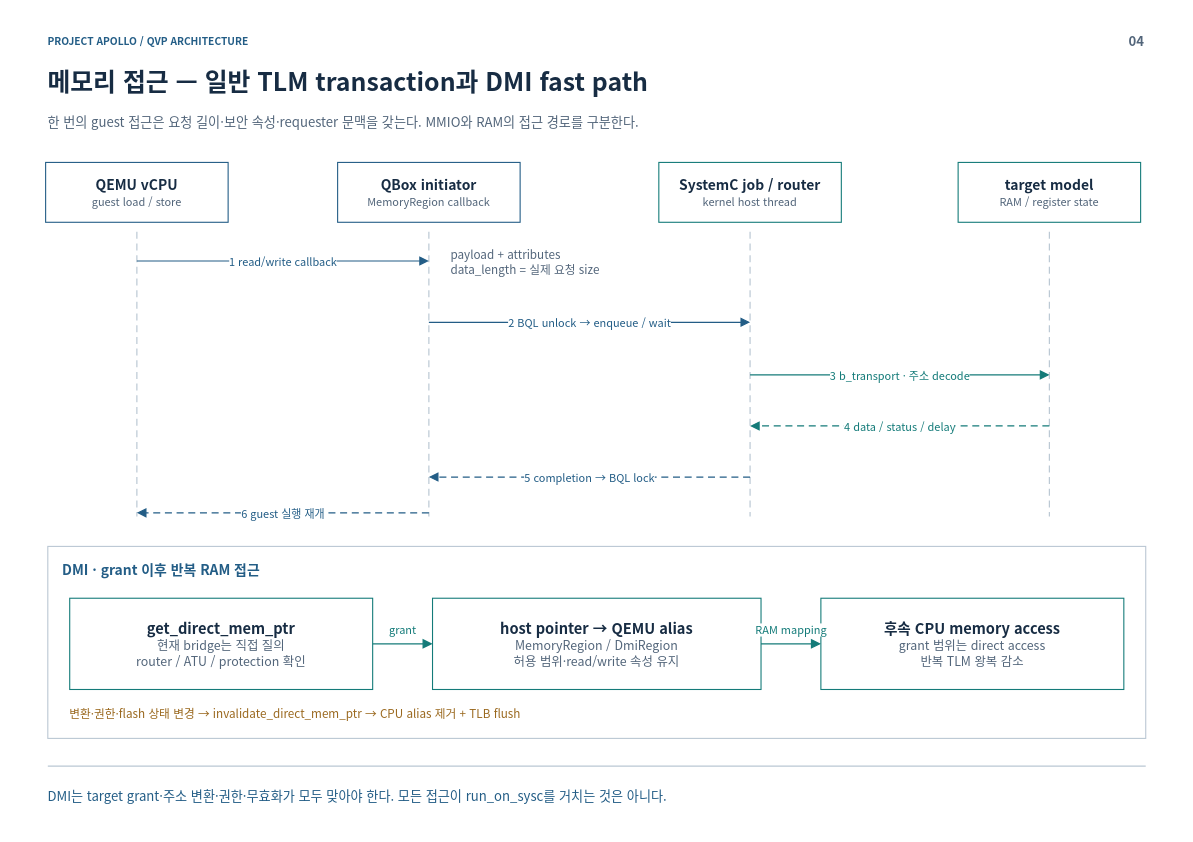
Earlier version of the draw.io diagram page "04-mmio-dmi" (5 of 13) of doc/phase1/qbox/apollo-qvp-architecture.drawio (cometzero/project-apollo). Source tidied: cells renumbered, new cells numbered last; positions are measured from the earlier drawing's top-left corner, leaving out a move shared by most shapes. Both pictures are drawn from the tidied source at 73%, with x=0, y=0 at pixel (12, 12).
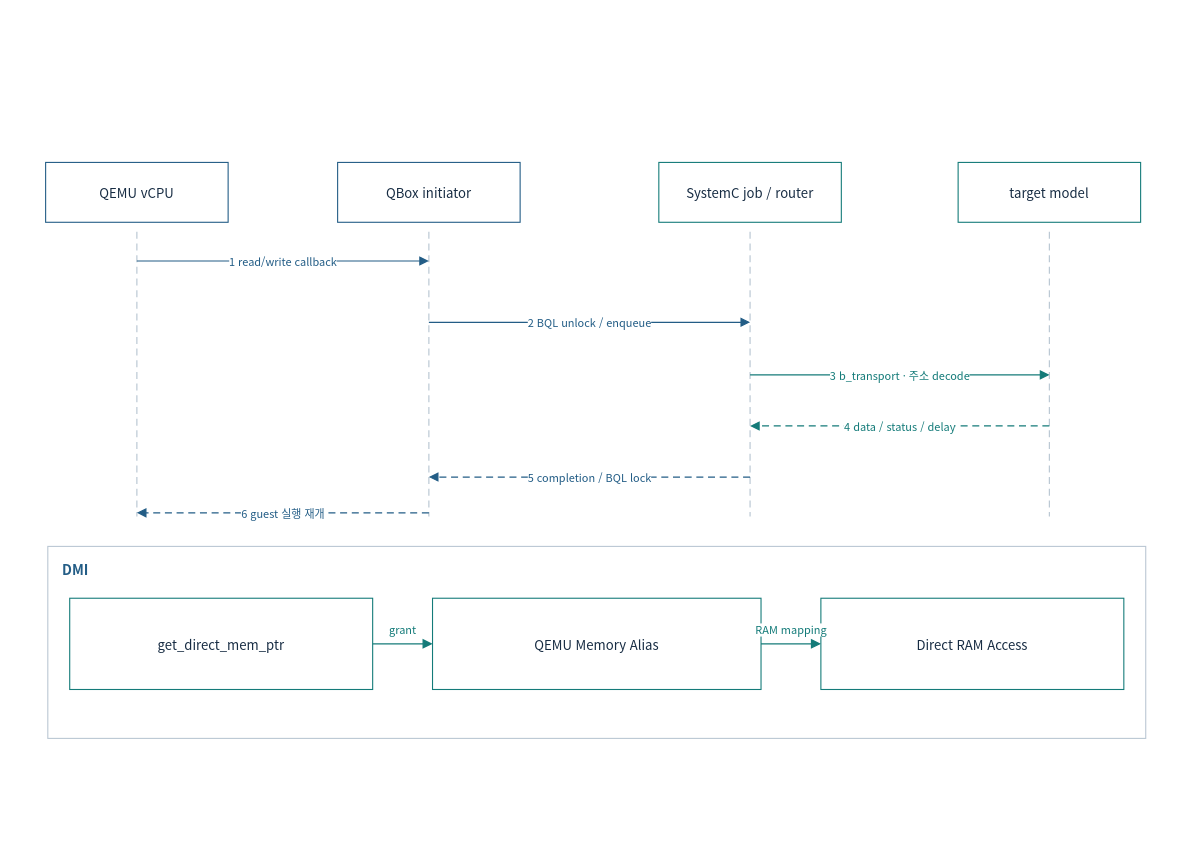
The same page after the edit.

The edit, as a diff of the source:
```diff
@@
-    <mxCell id="2" style="rounded=0;whiteSpace=wrap;html=1;fillColor=#FFFFFF;strokeColor=none;strokeWidth=1.5;fontColor=#172C43;fontFamily=Noto Sans CJK KR;fontSize=18;spacing=14;" parent="1" vertex="1">
-      <mxGeometry width="1600" height="1120" as="geometry" />
-    </mxCell>
-    <mxCell id="3" value="PROJECT APOLLO  /  QVP ARCHITECTURE" style="rounded=0;whiteSpace=wrap;html=1;fillColor=#FFFFFF;strokeColor=none;strokeWidth=1.5;fontColor=#172C43;fontFamily=Noto Sans CJK KR;fontSize=18;spacing=14;fillColor=none;align=left;verticalAlign=middle;spacing=0;fontSize=14;fontColor=#235D86;fontStyle=1;" parent="1" vertex="1">
-      <mxGeometry x="48" y="26" width="1400" height="24" as="geometry" />
-    </mxCell>
-    <mxCell id="4" value="04" style="rounded=0;whiteSpace=wrap;html=1;fillColor=#FFFFFF;strokeColor=none;strokeWidth=1.5;fontColor=#172C43;fontFamily=Noto Sans CJK KR;fontSize=18;spacing=14;fillColor=none;align=right;verticalAlign=middle;spacing=0;fontSize=18;fontColor=#52657A;fontStyle=1;" parent="1" vertex="1">
-      <mxGeometry x="1485" y="23" width="65" height="30" as="geometry" />
-    </mxCell>
-    <mxCell id="5" value="메모리 접근 — 일반 TLM transaction과 DMI fast path" style="rounded=0;whiteSpace=wrap;html=1;fillColor=#FFFFFF;strokeColor=none;strokeWidth=1.5;fontColor=#172C43;fontFamily=Noto Sans CJK KR;fontSize=18;spacing=14;fillColor=none;align=left;verticalAlign=middle;spacing=0;fontSize=34;fontColor=#172C43;fontStyle=1;" parent="1" vertex="1">
-      <mxGeometry x="48" y="67" width="1504" height="54" as="geometry" />
-    </mxCell>
-    <mxCell id="6" value="한 번의 guest 접근은 요청 길이·보안 속성·requester 문맥을 갖는다. MMIO와 RAM의 접근 경로를 구분한다." style="rounded=0;whiteSpace=wrap;html=1;fillColor=#FFFFFF;strokeColor=none;strokeWidth=1.5;fontColor=#172C43;fontFamily=Noto Sans CJK KR;fontSize=18;spacing=14;fillColor=none;align=left;verticalAlign=middle;spacing=0;fontSize=18;fontColor=#52657A;" parent="1" vertex="1">
-      <mxGeometry x="48" y="127" width="1504" height="44" as="geometry" />
-    </mxCell>
-    <mxCell id="7" style="html=1;rounded=0;edgeStyle=none;endArrow=none;endSize=9;strokeColor=#BAC7D3;strokeWidth=1.6;fontColor=#BAC7D3;fontFamily=Noto Sans CJK KR;fontSize=15;labelBackgroundColor=#FFFFFF;" parent="1" edge="1">
-      <mxGeometry relative="1" as="geometry">
-        <mxPoint x="48" y="1032" as="sourcePoint" />
-        <mxPoint x="1552" y="1032" as="targetPoint" />
-      </mxGeometry>
-    </mxCell>
-    <mxCell id="8" value="DMI는 target grant·주소 변환·권한·무효화가 모두 맞아야 한다. 모든 접근이 run_on_sysc를 거치는 것은 아니다." style="rounded=0;whiteSpace=wrap;html=1;fillColor=#FFFFFF;strokeColor=none;strokeWidth=1.5;fontColor=#172C43;fontFamily=Noto Sans CJK KR;fontSize=18;spacing=14;fillColor=none;align=left;verticalAlign=middle;spacing=0;fontSize=18;fontColor=#235D86;" parent="1" vertex="1">
-      <mxGeometry x="48" y="1046" width="1504" height="52" as="geometry" />
-    </mxCell>
-    <mxCell id="9" value="&lt;b style=&quot;font-size:19px&quot;&gt;QEMU vCPU&lt;/b&gt;&lt;br&gt;&lt;font color=&quot;#52657A&quot; style=&quot;font-size:15px&quot;&gt;guest load / store&lt;/font&gt;" style="rounded=0;whiteSpace=wrap;html=1;fillColor=#FFFFFF;strokeColor=#235D86;strokeWidth=1.5;fontColor=#172C43;fontFamily=Noto Sans CJK KR;fontSize=18;spacing=14;" parent="1" vertex="1">
+    <mxCell id="9" value="QEMU vCPU" style="rounded=0;whiteSpace=wrap;html=1;fillColor=#FFFFFF;strokeColor=#235D86;strokeWidth=1.5;fontColor=#172C43;fontFamily=Noto Sans CJK KR;fontSize=18;spacing=14;" parent="1" vertex="1">
       <mxGeometry x="45" y="205" width="250" height="82" as="geometry" />
     </mxCell>
@@
-    <mxCell id="11" value="&lt;b style=&quot;font-size:19px&quot;&gt;QBox initiator&lt;/b&gt;&lt;br&gt;&lt;font color=&quot;#52657A&quot; style=&quot;font-size:15px&quot;&gt;MemoryRegion callback&lt;/font&gt;" style="rounded=0;whiteSpace=wrap;html=1;fillColor=#FFFFFF;strokeColor=#235D86;strokeWidth=1.5;fontColor=#172C43;fontFamily=Noto Sans CJK KR;fontSize=18;spacing=14;" parent="1" vertex="1">
+    <mxCell id="11" value="QBox initiator" style="rounded=0;whiteSpace=wrap;html=1;fillColor=#FFFFFF;strokeColor=#235D86;strokeWidth=1.5;fontColor=#172C43;fontFamily=Noto Sans CJK KR;fontSize=18;spacing=14;" parent="1" vertex="1">
       <mxGeometry x="445" y="205" width="250" height="82" as="geometry" />
     </mxCell>
@@
-    <mxCell id="13" value="&lt;b style=&quot;font-size:19px&quot;&gt;SystemC job / router&lt;/b&gt;&lt;br&gt;&lt;font color=&quot;#52657A&quot; style=&quot;font-size:15px&quot;&gt;kernel host thread&lt;/font&gt;" style="rounded=0;whiteSpace=wrap;html=1;fillColor=#FFFFFF;strokeColor=#147B79;strokeWidth=1.5;fontColor=#172C43;fontFamily=Noto Sans CJK KR;fontSize=18;spacing=14;" parent="1" vertex="1">
+    <mxCell id="13" value="SystemC job / router" style="rounded=0;whiteSpace=wrap;html=1;fillColor=#FFFFFF;strokeColor=#147B79;strokeWidth=1.5;fontColor=#172C43;fontFamily=Noto Sans CJK KR;fontSize=18;spacing=14;" parent="1" vertex="1">
       <mxGeometry x="885" y="205" width="250" height="82" as="geometry" />
     </mxCell>
@@
-    <mxCell id="15" value="&lt;b style=&quot;font-size:19px&quot;&gt;target model&lt;/b&gt;&lt;br&gt;&lt;font color=&quot;#52657A&quot; style=&quot;font-size:15px&quot;&gt;RAM / register state&lt;/font&gt;" style="rounded=0;whiteSpace=wrap;html=1;fillColor=#FFFFFF;strokeColor=#147B79;strokeWidth=1.5;fontColor=#172C43;fontFamily=Noto Sans CJK KR;fontSize=18;spacing=14;" parent="1" vertex="1">
+    <mxCell id="15" value="target model" style="rounded=0;whiteSpace=wrap;html=1;fillColor=#FFFFFF;strokeColor=#147B79;strokeWidth=1.5;fontColor=#172C43;fontFamily=Noto Sans CJK KR;fontSize=18;spacing=14;" parent="1" vertex="1">
       <mxGeometry x="1295" y="205" width="250" height="82" as="geometry" />
     </mxCell>
@@
-    <mxCell id="18" value="payload + attributes&lt;br&gt;data_length = 실제 요청 size" style="rounded=0;whiteSpace=wrap;html=1;fillColor=#FFFFFF;strokeColor=none;strokeWidth=1.5;fontColor=#172C43;fontFamily=Noto Sans CJK KR;fontSize=18;spacing=14;fillColor=none;align=left;verticalAlign=middle;spacing=0;fontSize=16;fontColor=#52657A;" parent="1" vertex="1">
-      <mxGeometry x="600" y="310" width="370" height="62" as="geometry" />
-    </mxCell>
-    <mxCell id="19" value="2  BQL unlock → enqueue / wait" style="html=1;rounded=0;edgeStyle=none;endArrow=block;endSize=9;strokeColor=#235D86;strokeWidth=1.6;fontColor=#235D86;fontFamily=Noto Sans CJK KR;fontSize=15;labelBackgroundColor=#FFFFFF;" parent="1" edge="1">
+    <mxCell id="19" value="2  BQL unlock / enqueue" style="html=1;rounded=0;edgeStyle=none;endArrow=block;endSize=9;strokeColor=#235D86;strokeWidth=1.6;fontColor=#235D86;fontFamily=Noto Sans CJK KR;fontSize=15;labelBackgroundColor=#FFFFFF;" parent="1" edge="1">
       <mxGeometry relative="1" as="geometry">
         <mxPoint x="570" y="424" as="sourcePoint" />
         <mxPoint x="1010" y="424" as="targetPoint" />
       </mxGeometry>
     </mxCell>
@@
-    <mxCell id="22" value="5  completion → BQL lock" style="html=1;rounded=0;edgeStyle=none;endArrow=block;endSize=9;strokeColor=#235D86;strokeWidth=1.6;fontColor=#235D86;fontFamily=Noto Sans CJK KR;fontSize=15;labelBackgroundColor=#FFFFFF;dashed=1;dashPattern=6 4;" parent="1" edge="1">
+    <mxCell id="22" value="5  completion / BQL lock" style="html=1;rounded=0;edgeStyle=none;endArrow=block;endSize=9;strokeColor=#235D86;strokeWidth=1.6;fontColor=#235D86;fontFamily=Noto Sans CJK KR;fontSize=15;labelBackgroundColor=#FFFFFF;dashed=1;dashPattern=6 4;" parent="1" edge="1">
       <mxGeometry relative="1" as="geometry">
         <mxPoint x="1010" y="636" as="sourcePoint" />
         <mxPoint x="570" y="636" as="targetPoint" />
       </mxGeometry>
     </mxCell>
@@
-    <mxCell id="25" value="DMI  ·  grant 이후 반복 RAM 접근" style="rounded=0;whiteSpace=wrap;html=1;fillColor=#FFFFFF;strokeColor=none;strokeWidth=1.5;fontColor=#172C43;fontFamily=Noto Sans CJK KR;fontSize=18;spacing=14;fillColor=none;align=left;verticalAlign=middle;spacing=0;fontSize=19;fontColor=#235D86;fontStyle=1;" parent="1" vertex="1">
+    <mxCell id="25" value="DMI" style="rounded=0;whiteSpace=wrap;html=1;fillColor=#FFFFFF;strokeColor=none;strokeWidth=1.5;fontColor=#172C43;fontFamily=Noto Sans CJK KR;fontSize=18;spacing=14;fillColor=none;align=left;verticalAlign=middle;spacing=0;fontSize=19;fontColor=#235D86;fontStyle=1;" parent="1" vertex="1">
       <mxGeometry x="68" y="746" width="1464" height="32" as="geometry" />
     </mxCell>
-    <mxCell id="26" value="&lt;b style=&quot;font-size:20px&quot;&gt;get_direct_mem_ptr&lt;/b&gt;&lt;br&gt;&lt;font color=&quot;#52657A&quot; style=&quot;font-size:17px&quot;&gt;현재 bridge는 직접 질의&lt;br&gt;router / ATU / protection 확인&lt;/font&gt;" style="rounded=0;whiteSpace=wrap;html=1;fillColor=#FFFFFF;strokeColor=#147B79;strokeWidth=1.5;fontColor=#172C43;fontFamily=Noto Sans CJK KR;fontSize=18;spacing=14;" parent="1" vertex="1">
+    <mxCell id="26" value="get_direct_mem_ptr" style="rounded=0;whiteSpace=wrap;html=1;fillColor=#FFFFFF;strokeColor=#147B79;strokeWidth=1.5;fontColor=#172C43;fontFamily=Noto Sans CJK KR;fontSize=18;spacing=14;" parent="1" vertex="1">
       <mxGeometry x="78" y="802" width="415" height="125" as="geometry" />
     </mxCell>
-    <mxCell id="27" value="&lt;b style=&quot;font-size:20px&quot;&gt;host pointer → QEMU alias&lt;/b&gt;&lt;br&gt;&lt;font color=&quot;#52657A&quot; style=&quot;font-size:17px&quot;&gt;MemoryRegion / DmiRegion&lt;br&gt;허용 범위·read/write 속성 유지&lt;/font&gt;" style="rounded=0;whiteSpace=wrap;html=1;fillColor=#FFFFFF;strokeColor=#147B79;strokeWidth=1.5;fontColor=#172C43;fontFamily=Noto Sans CJK KR;fontSize=18;spacing=14;" parent="1" vertex="1">
+    <mxCell id="27" value="QEMU Memory Alias" style="rounded=0;whiteSpace=wrap;html=1;fillColor=#FFFFFF;strokeColor=#147B79;strokeWidth=1.5;fontColor=#172C43;fontFamily=Noto Sans CJK KR;fontSize=18;spacing=14;" parent="1" vertex="1">
       <mxGeometry x="575" y="802" width="450" height="125" as="geometry" />
     </mxCell>
-    <mxCell id="28" value="&lt;b style=&quot;font-size:20px&quot;&gt;후속 CPU memory access&lt;/b&gt;&lt;br&gt;&lt;font color=&quot;#52657A&quot; style=&quot;font-size:17px&quot;&gt;grant 범위는 direct access&lt;br&gt;반복 TLM 왕복 감소&lt;/font&gt;" style="rounded=0;whiteSpace=wrap;html=1;fillColor=#FFFFFF;strokeColor=#147B79;strokeWidth=1.5;fontColor=#172C43;fontFamily=Noto Sans CJK KR;fontSize=18;spacing=14;" parent="1" vertex="1">
+    <mxCell id="28" value="Direct RAM Access" style="rounded=0;whiteSpace=wrap;html=1;fillColor=#FFFFFF;strokeColor=#147B79;strokeWidth=1.5;fontColor=#172C43;fontFamily=Noto Sans CJK KR;fontSize=18;spacing=14;" parent="1" vertex="1">
       <mxGeometry x="1107" y="802" width="415" height="125" as="geometry" />
     </mxCell>
@@
-    <mxCell id="31" value="변환·권한·flash 상태 변경 → invalidate_direct_mem_ptr → CPU alias 제거 + TLB flush" style="rounded=0;whiteSpace=wrap;html=1;fillColor=#FFFFFF;strokeColor=none;strokeWidth=1.5;fontColor=#172C43;fontFamily=Noto Sans CJK KR;fontSize=18;spacing=14;fillColor=none;align=left;verticalAlign=middle;spacing=0;fontSize=16;fontColor=#9A681E;" parent="1" vertex="1">
-      <mxGeometry x="78" y="945" width="1444" height="28" as="geometry" />
-    </mxCell>
```
